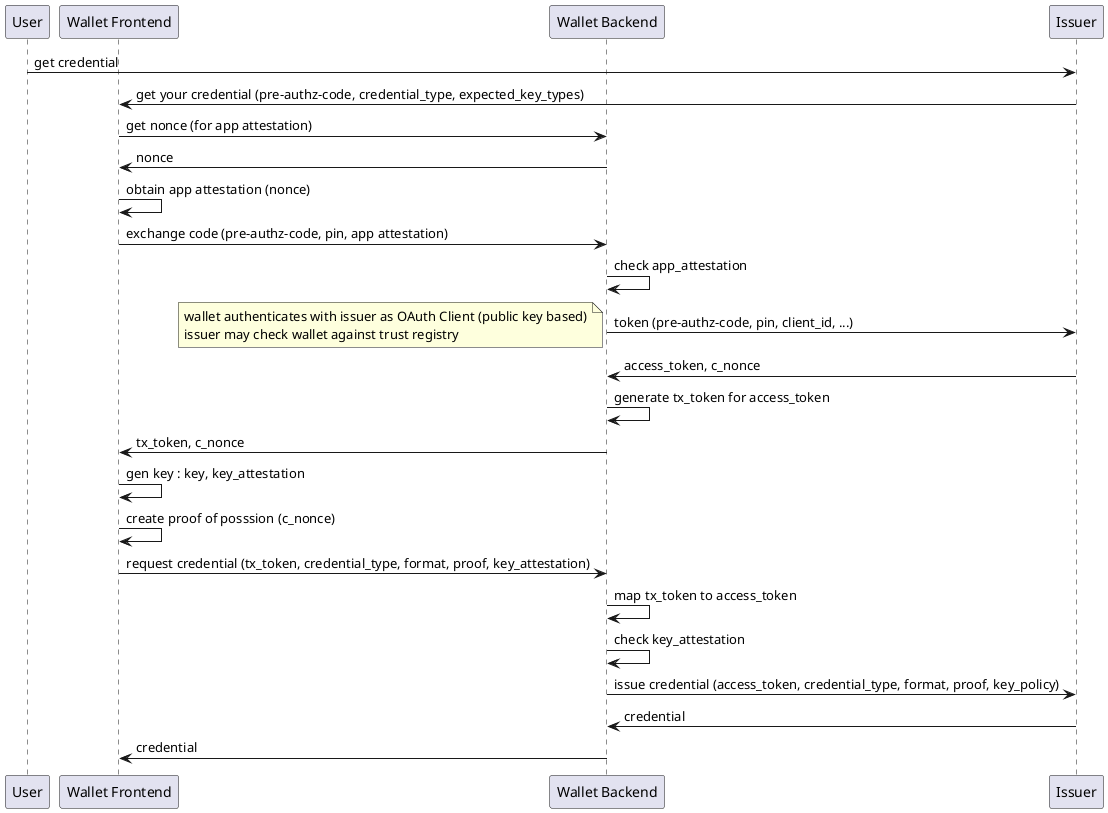
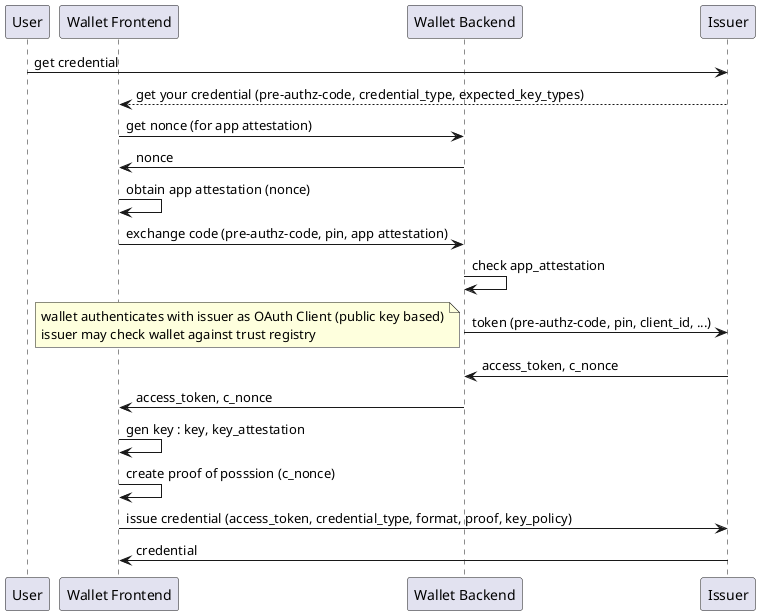
@startuml
participant User as u
participant "Wallet Frontend" as w
participant "Wallet Backend" as b
participant Issuer as i

u -> i : get credential
- i -> w : get your credential (pre-authz-code, credential_type, expected_key_types)
+ i --> w : get your credential (pre-authz-code, credential_type, expected_key_types)
w -> b : get nonce (for app attestation)
b -> w : nonce
w -> w : obtain app attestation (nonce)
w -> b : exchange code (pre-authz-code, pin, app attestation)
b -> b : check app_attestation
b -> i : token (pre-authz-code, pin, client_id, ...)
note left: wallet authenticates with issuer as OAuth Client (public key based)\nissuer may check wallet against trust registry
i -> b : access_token, c_nonce
- b -> b : generate tx_token for access_token
- b -> w: tx_token, c_nonce
+ b -> w: access_token, c_nonce
w -> w : gen key : key, key_attestation
w -> w : create proof of posssion (c_nonce)
- w -> b : request credential (tx_token, credential_type, format, proof, key_attestation)
- b -> b : map tx_token to access_token
- b -> b : check key_attestation
- b -> i : issue credential (access_token, credential_type, format, proof, key_policy)
- i -> b : credential
- b -> w : credential
+ w -> i : issue credential (access_token, credential_type, format, proof, key_policy)
+ i -> w : credential
@enduml